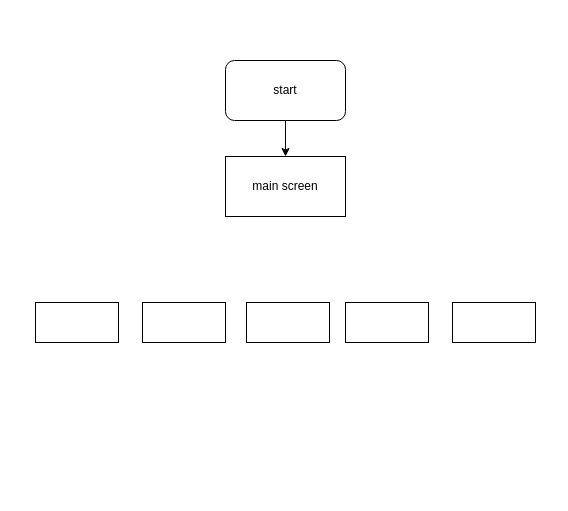
Earlier version of the draw.io diagram datastru.drawio (x-dl/git). Source tidied: cells renumbered, new cells numbered last; positions are measured from the earlier drawing's top-left corner, leaving out a move shared by most shapes. Both pictures are drawn from the tidied source at 100%, with x=0, y=0 at pixel (35, 60).
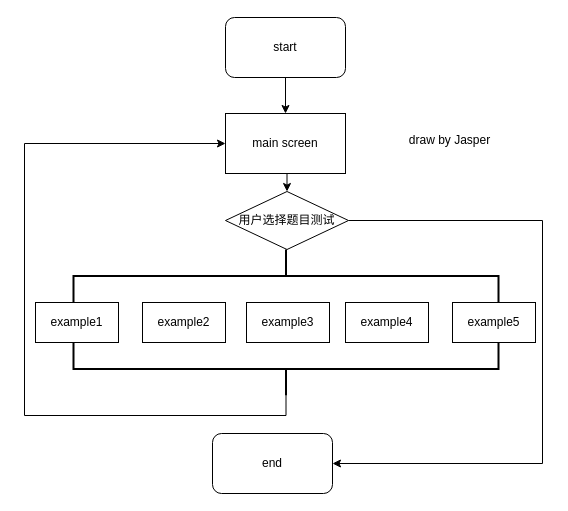
Above is the later version.

The edit, as a diff of the source:
```diff
@@
     <mxCell id="3" value="start&lt;br&gt;" style="rounded=1;whiteSpace=wrap;html=1;" parent="1" vertex="1">
-      <mxGeometry x="190" width="120" height="60" as="geometry" />
+      <mxGeometry x="190" y="-43" width="120" height="60" as="geometry" />
     </mxCell>
+    <mxCell id="10" style="edgeStyle=orthogonalEdgeStyle;rounded=0;jettySize=auto;html=1;exitX=0.5;exitY=1;exitDx=0;exitDy=0;entryX=0.5;entryY=0;entryDx=0;entryDy=0;" parent="1" edge="1" source="4" target="12">
+      <mxGeometry relative="1" as="geometry" />
+    </mxCell>
     <mxCell id="4" value="main screen" style="whiteSpace=wrap;html=1;" parent="1" vertex="1">
-      <mxGeometry x="190" y="96" width="120" height="60" as="geometry" />
+      <mxGeometry x="190" y="53" width="120" height="60" as="geometry" />
     </mxCell>
-    <mxCell id="5" style="whiteSpace=wrap;html=1;" parent="1" vertex="1">
+    <mxCell id="5" value="example1" style="whiteSpace=wrap;html=1;" parent="1" vertex="1">
       <mxGeometry y="242" width="83" height="40" as="geometry" />
     </mxCell>
-    <mxCell id="6" style="whiteSpace=wrap;html=1;" parent="1" vertex="1">
+    <mxCell id="6" value="&lt;span&gt;example5&lt;/span&gt;" style="whiteSpace=wrap;html=1;" parent="1" vertex="1">
       <mxGeometry x="417" y="242" width="83" height="40" as="geometry" />
     </mxCell>
-    <mxCell id="7" style="whiteSpace=wrap;html=1;" parent="1" vertex="1">
+    <mxCell id="7" value="&lt;span&gt;example2&lt;/span&gt;" style="whiteSpace=wrap;html=1;" parent="1" vertex="1">
       <mxGeometry x="107" y="242" width="83" height="40" as="geometry" />
     </mxCell>
-    <mxCell id="8" style="whiteSpace=wrap;html=1;" parent="1" vertex="1">
+    <mxCell id="8" value="&lt;span&gt;example4&lt;/span&gt;" style="whiteSpace=wrap;html=1;" parent="1" vertex="1">
       <mxGeometry x="310" y="242" width="83" height="40" as="geometry" />
     </mxCell>
-    <mxCell id="9" style="whiteSpace=wrap;html=1;" parent="1" vertex="1">
+    <mxCell id="9" value="&lt;span&gt;example3&lt;/span&gt;" style="whiteSpace=wrap;html=1;" parent="1" vertex="1">
       <mxGeometry x="211" y="242" width="83" height="40" as="geometry" />
     </mxCell>
+    <mxCell id="11" style="edgeStyle=orthogonalEdgeStyle;rounded=0;jettySize=auto;html=1;exitX=1;exitY=0.5;exitDx=0;exitDy=0;entryX=1;entryY=0.5;entryDx=0;entryDy=0;" parent="1" edge="1" source="12" target="16">
+      <mxGeometry relative="1" as="geometry">
+        <Array as="points">
+          <mxPoint x="507" y="160" />
+          <mxPoint x="507" y="403" />
+        </Array>
+      </mxGeometry>
+    </mxCell>
+    <mxCell id="12" value="用户选择题目测试" style="rhombus;whiteSpace=wrap;html=1;" parent="1" vertex="1">
+      <mxGeometry x="190" y="131" width="123" height="58" as="geometry" />
+    </mxCell>
+    <mxCell id="13" style="strokeWidth=2;html=1;shape=mxgraph.flowchart.annotation_2;align=left;labelPosition=right;direction=south;" parent="1" vertex="1">
+      <mxGeometry x="38" y="189" width="425" height="53" as="geometry" />
+    </mxCell>
+    <mxCell id="14" style="edgeStyle=orthogonalEdgeStyle;rounded=0;jettySize=auto;html=1;exitX=0;exitY=0.5;exitDx=0;exitDy=0;exitPerimeter=0;entryX=0;entryY=0.5;entryDx=0;entryDy=0;" parent="1" edge="1" source="15" target="4">
+      <mxGeometry relative="1" as="geometry">
+        <Array as="points">
+          <mxPoint x="251" y="355" />
+          <mxPoint x="-11" y="355" />
+          <mxPoint x="-11" y="83" />
+        </Array>
+      </mxGeometry>
+    </mxCell>
+    <mxCell id="15" style="strokeWidth=2;html=1;shape=mxgraph.flowchart.annotation_2;align=left;labelPosition=right;direction=north;" parent="1" vertex="1">
+      <mxGeometry x="38" y="282" width="425" height="53" as="geometry" />
+    </mxCell>
+    <mxCell id="16" value="end" style="rounded=1;whiteSpace=wrap;html=1;" parent="1" vertex="1">
+      <mxGeometry x="177" y="373" width="120" height="60" as="geometry" />
+    </mxCell>
+    <mxCell id="17" value="draw by Jasper" style="text;html=1;align=center;verticalAlign=middle;strokeColor=none;fillColor=none;" parent="1" vertex="1">
+      <mxGeometry x="361" y="71" width="105" height="18" as="geometry" />
+    </mxCell>
```
